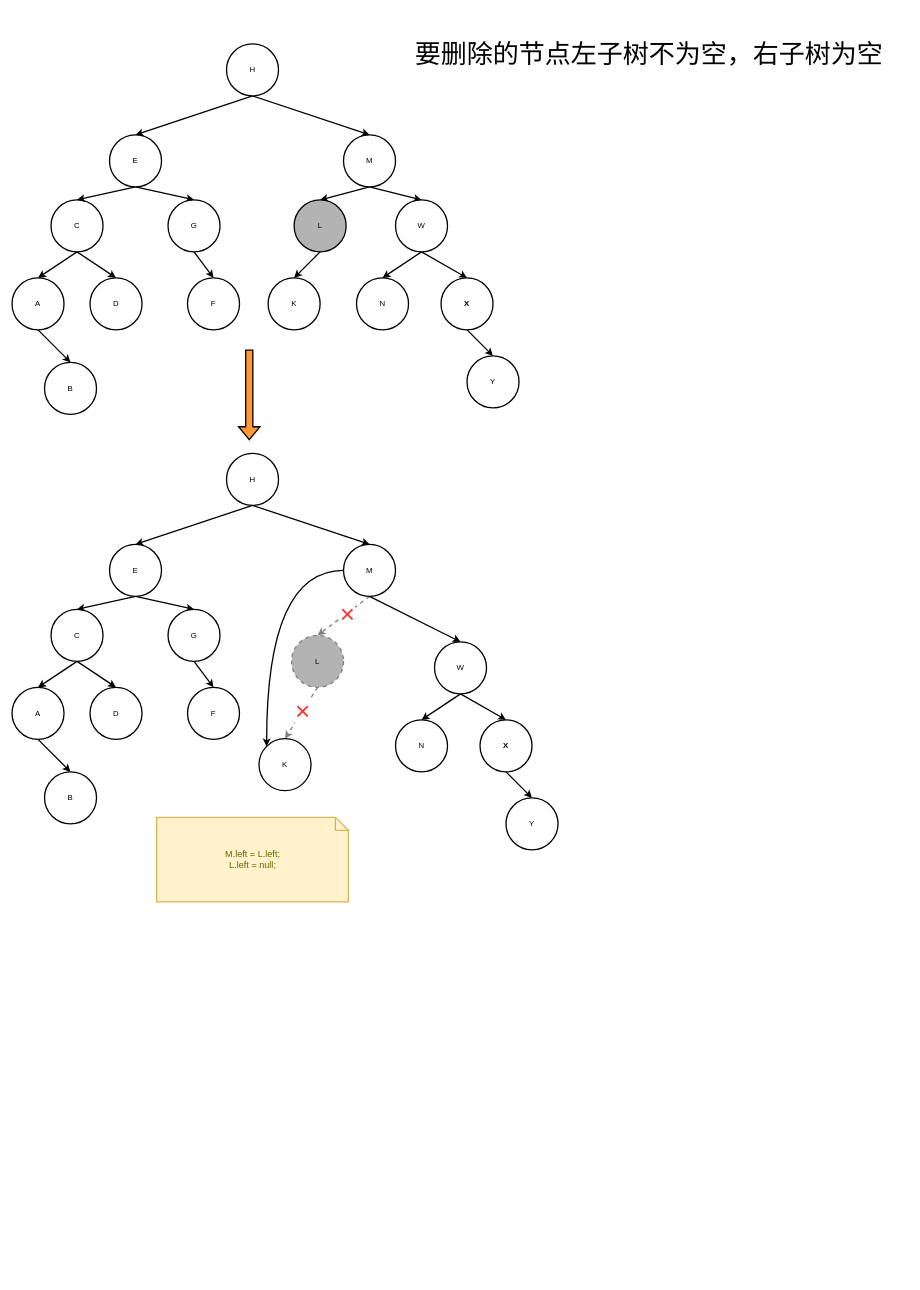
Above: page "左子树不为空，右子树为空" (3 of 4) of 数据结构与算法/二叉树.drawio in LiHuiBin1995/study-java (draw.io), before the change. Source tidied: cells renumbered, new cells numbered last; positions are measured from the earlier drawing's top-left corner, leaving out a move shared by most shapes. Both pictures are drawn from the tidied source at 65%, with x=0, y=0 at pixel (12, 11).
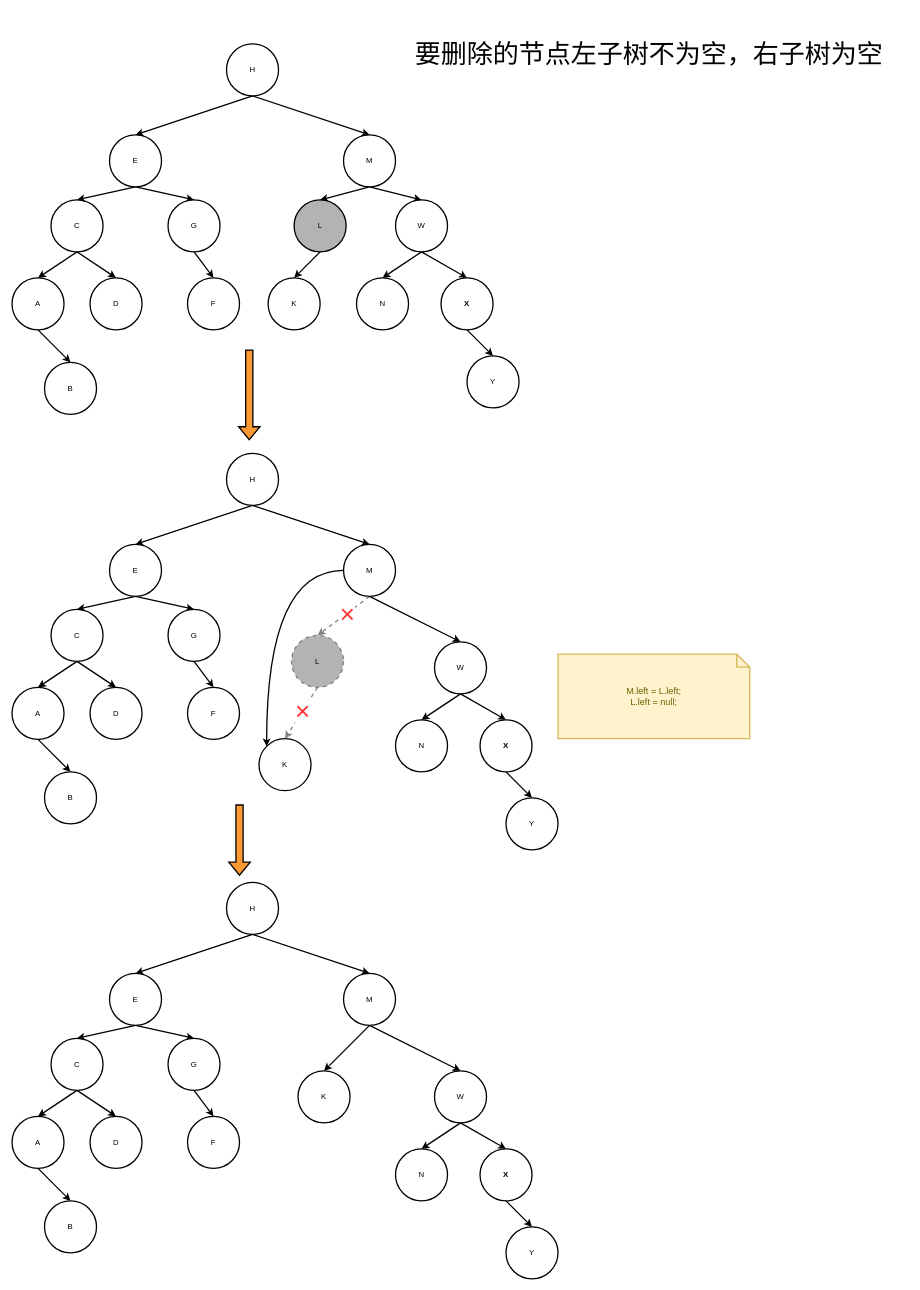
The same page after the edit.

The edit, as a diff of the source:
```diff
@@
     <mxCell id="65" value="M.left = L.left;&lt;br&gt;L.left = null;" style="shape=note;strokeWidth=2;fontSize=14;size=20;whiteSpace=wrap;html=1;fillColor=#fff2cc;strokeColor=#d6b656;fontColor=#666600;verticalAlign=middle;" parent="1" vertex="1">
-      <mxGeometry x="222.5" y="1240" width="295" height="130" as="geometry" />
+      <mxGeometry x="840" y="989" width="295" height="130" as="geometry" />
     </mxCell>
+    <mxCell id="66" style="rounded=0;jettySize=auto;html=1;exitX=0.5;exitY=1;exitDx=0;exitDy=0;strokeWidth=2;entryX=0.5;entryY=0;entryDx=0;entryDy=0;" parent="1" edge="1" source="68" target="81">
+      <mxGeometry relative="1" as="geometry" />
+    </mxCell>
+    <mxCell id="67" style="edgeStyle=none;rounded=0;jettySize=auto;html=1;exitX=0.5;exitY=1;exitDx=0;exitDy=0;entryX=0.5;entryY=0;entryDx=0;entryDy=0;strokeWidth=2;" parent="1" edge="1" source="68" target="71">
+      <mxGeometry relative="1" as="geometry" />
+    </mxCell>
+    <mxCell id="68" value="H" style="ellipse;whiteSpace=wrap;html=1;strokeWidth=2;" parent="1" vertex="1">
+      <mxGeometry x="330" y="1340" width="80" height="80" as="geometry" />
+    </mxCell>
+    <mxCell id="69" style="edgeStyle=none;rounded=0;jettySize=auto;html=1;exitX=0.5;exitY=1;exitDx=0;exitDy=0;entryX=0.5;entryY=0;entryDx=0;entryDy=0;strokeWidth=2;" parent="1" edge="1" source="71" target="87">
+      <mxGeometry relative="1" as="geometry" />
+    </mxCell>
+    <mxCell id="70" style="rounded=0;jettySize=auto;html=1;exitX=0.5;exitY=1;exitDx=0;exitDy=0;entryX=0.5;entryY=0;entryDx=0;entryDy=0;fontSize=40;fontColor=#FF3333;strokeColor=#000000;strokeWidth=2;fillColor=#FF9933;" parent="1" edge="1" source="71" target="88">
+      <mxGeometry relative="1" as="geometry" />
+    </mxCell>
+    <mxCell id="71" value="M" style="ellipse;whiteSpace=wrap;html=1;strokeWidth=2;" parent="1" vertex="1">
+      <mxGeometry x="510" y="1480" width="80" height="80" as="geometry" />
+    </mxCell>
+    <mxCell id="72" style="edgeStyle=none;rounded=0;jettySize=auto;html=1;exitX=0.5;exitY=1;exitDx=0;exitDy=0;entryX=0.5;entryY=0;entryDx=0;entryDy=0;strokeWidth=2;" parent="1" edge="1" source="73" target="78">
+      <mxGeometry relative="1" as="geometry" />
+    </mxCell>
+    <mxCell id="73" value="A" style="ellipse;whiteSpace=wrap;html=1;strokeWidth=2;" parent="1" vertex="1">
+      <mxGeometry y="1700" width="80" height="80" as="geometry" />
+    </mxCell>
+    <mxCell id="74" value="D" style="ellipse;whiteSpace=wrap;html=1;strokeWidth=2;" parent="1" vertex="1">
+      <mxGeometry x="120" y="1700" width="80" height="80" as="geometry" />
+    </mxCell>
+    <mxCell id="75" style="edgeStyle=none;rounded=0;jettySize=auto;html=1;exitX=0.5;exitY=1;exitDx=0;exitDy=0;entryX=0.5;entryY=0;entryDx=0;entryDy=0;strokeWidth=2;" parent="1" edge="1" source="77" target="74">
+      <mxGeometry relative="1" as="geometry" />
+    </mxCell>
+    <mxCell id="76" style="edgeStyle=none;rounded=0;jettySize=auto;html=1;exitX=0.5;exitY=1;exitDx=0;exitDy=0;entryX=0.5;entryY=0;entryDx=0;entryDy=0;strokeWidth=2;" parent="1" edge="1" source="77" target="73">
+      <mxGeometry relative="1" as="geometry" />
+    </mxCell>
+    <mxCell id="77" value="C" style="ellipse;whiteSpace=wrap;html=1;strokeWidth=2;" parent="1" vertex="1">
+      <mxGeometry x="60" y="1580" width="80" height="80" as="geometry" />
+    </mxCell>
+    <mxCell id="78" value="B" style="ellipse;whiteSpace=wrap;html=1;strokeWidth=2;fillColor=#FFFFFF;" parent="1" vertex="1">
+      <mxGeometry x="50" y="1830" width="80" height="80" as="geometry" />
+    </mxCell>
+    <mxCell id="79" style="edgeStyle=none;rounded=0;jettySize=auto;html=1;exitX=0.5;exitY=1;exitDx=0;exitDy=0;entryX=0.5;entryY=0;entryDx=0;entryDy=0;strokeWidth=2;" parent="1" edge="1" source="81" target="77">
+      <mxGeometry relative="1" as="geometry" />
+    </mxCell>
+    <mxCell id="80" style="edgeStyle=none;rounded=0;jettySize=auto;html=1;exitX=0.5;exitY=1;exitDx=0;exitDy=0;entryX=0.5;entryY=0;entryDx=0;entryDy=0;strokeWidth=2;" parent="1" edge="1" source="81" target="84">
+      <mxGeometry relative="1" as="geometry" />
+    </mxCell>
+    <mxCell id="81" value="E" style="ellipse;whiteSpace=wrap;html=1;strokeWidth=2;" parent="1" vertex="1">
+      <mxGeometry x="150" y="1480" width="80" height="80" as="geometry" />
+    </mxCell>
+    <mxCell id="82" value="F" style="ellipse;whiteSpace=wrap;html=1;strokeWidth=2;" parent="1" vertex="1">
+      <mxGeometry x="270" y="1700" width="80" height="80" as="geometry" />
+    </mxCell>
+    <mxCell id="83" style="edgeStyle=none;rounded=0;jettySize=auto;html=1;exitX=0.5;exitY=1;exitDx=0;exitDy=0;entryX=0.5;entryY=0;entryDx=0;entryDy=0;strokeWidth=2;" parent="1" edge="1" source="84" target="82">
+      <mxGeometry relative="1" as="geometry" />
+    </mxCell>
+    <mxCell id="84" value="G" style="ellipse;whiteSpace=wrap;html=1;strokeWidth=2;fillColor=#FFFFFF;" parent="1" vertex="1">
+      <mxGeometry x="240" y="1580" width="80" height="80" as="geometry" />
+    </mxCell>
+    <mxCell id="85" style="edgeStyle=none;rounded=0;jettySize=auto;html=1;exitX=0.5;exitY=1;exitDx=0;exitDy=0;entryX=0.5;entryY=0;entryDx=0;entryDy=0;strokeWidth=2;" parent="1" edge="1" source="87" target="89">
+      <mxGeometry relative="1" as="geometry" />
+    </mxCell>
+    <mxCell id="86" style="edgeStyle=none;rounded=0;jettySize=auto;html=1;exitX=0.5;exitY=1;exitDx=0;exitDy=0;entryX=0.5;entryY=0;entryDx=0;entryDy=0;strokeWidth=2;" parent="1" edge="1" source="87" target="91">
+      <mxGeometry relative="1" as="geometry" />
+    </mxCell>
+    <mxCell id="87" value="W" style="ellipse;whiteSpace=wrap;html=1;strokeWidth=2;" parent="1" vertex="1">
+      <mxGeometry x="650" y="1630" width="80" height="80" as="geometry" />
+    </mxCell>
+    <mxCell id="88" value="K" style="ellipse;whiteSpace=wrap;html=1;strokeWidth=2;" parent="1" vertex="1">
+      <mxGeometry x="440" y="1630" width="80" height="80" as="geometry" />
+    </mxCell>
+    <mxCell id="89" value="N" style="ellipse;whiteSpace=wrap;html=1;strokeWidth=2;" parent="1" vertex="1">
+      <mxGeometry x="590" y="1750" width="80" height="80" as="geometry" />
+    </mxCell>
+    <mxCell id="90" style="edgeStyle=none;rounded=0;jettySize=auto;html=1;exitX=0.5;exitY=1;exitDx=0;exitDy=0;entryX=0.5;entryY=0;entryDx=0;entryDy=0;strokeWidth=2;" parent="1" edge="1" source="91" target="92">
+      <mxGeometry relative="1" as="geometry" />
+    </mxCell>
+    <mxCell id="91" value="X" style="ellipse;whiteSpace=wrap;html=1;strokeWidth=2;fontStyle=1;" parent="1" vertex="1">
+      <mxGeometry x="720" y="1750" width="80" height="80" as="geometry" />
+    </mxCell>
+    <mxCell id="92" value="Y" style="ellipse;whiteSpace=wrap;html=1;strokeWidth=2;" parent="1" vertex="1">
+      <mxGeometry x="760" y="1870" width="80" height="80" as="geometry" />
+    </mxCell>
+    <mxCell id="93" style="shape=flexArrow;endArrow=classic;html=1;rounded=0;fontSize=40;fontColor=#FF3333;strokeColor=#000000;strokeWidth=2;fillColor=#FF9933;curved=1;" parent="1" edge="1">
+      <mxGeometry relative="1" as="geometry">
+        <mxPoint x="350" y="1220" as="sourcePoint" />
+        <mxPoint x="350" y="1330" as="targetPoint" />
+      </mxGeometry>
+    </mxCell>
```
